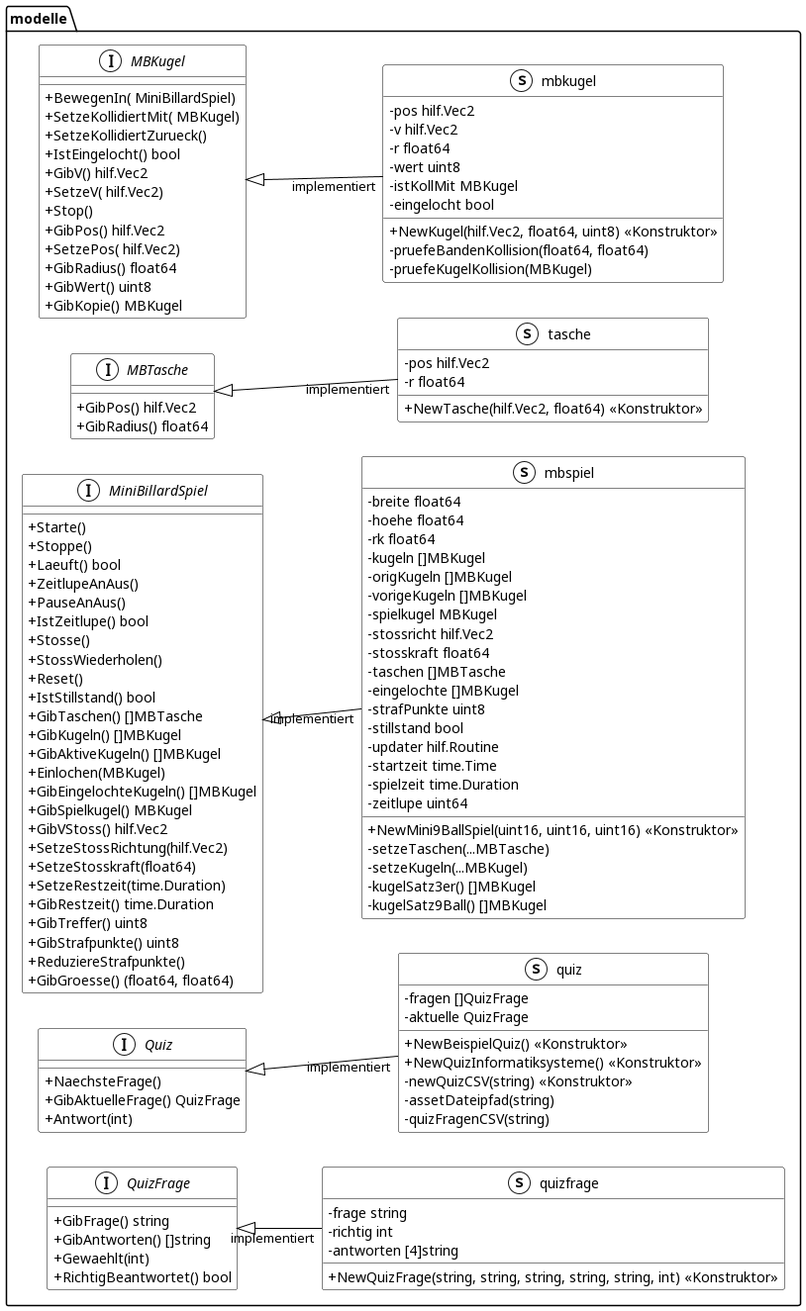
Before: documentation/UML/modelle.png, a diagram exported from PlantUML (Fussbroich/lwb-SWP).
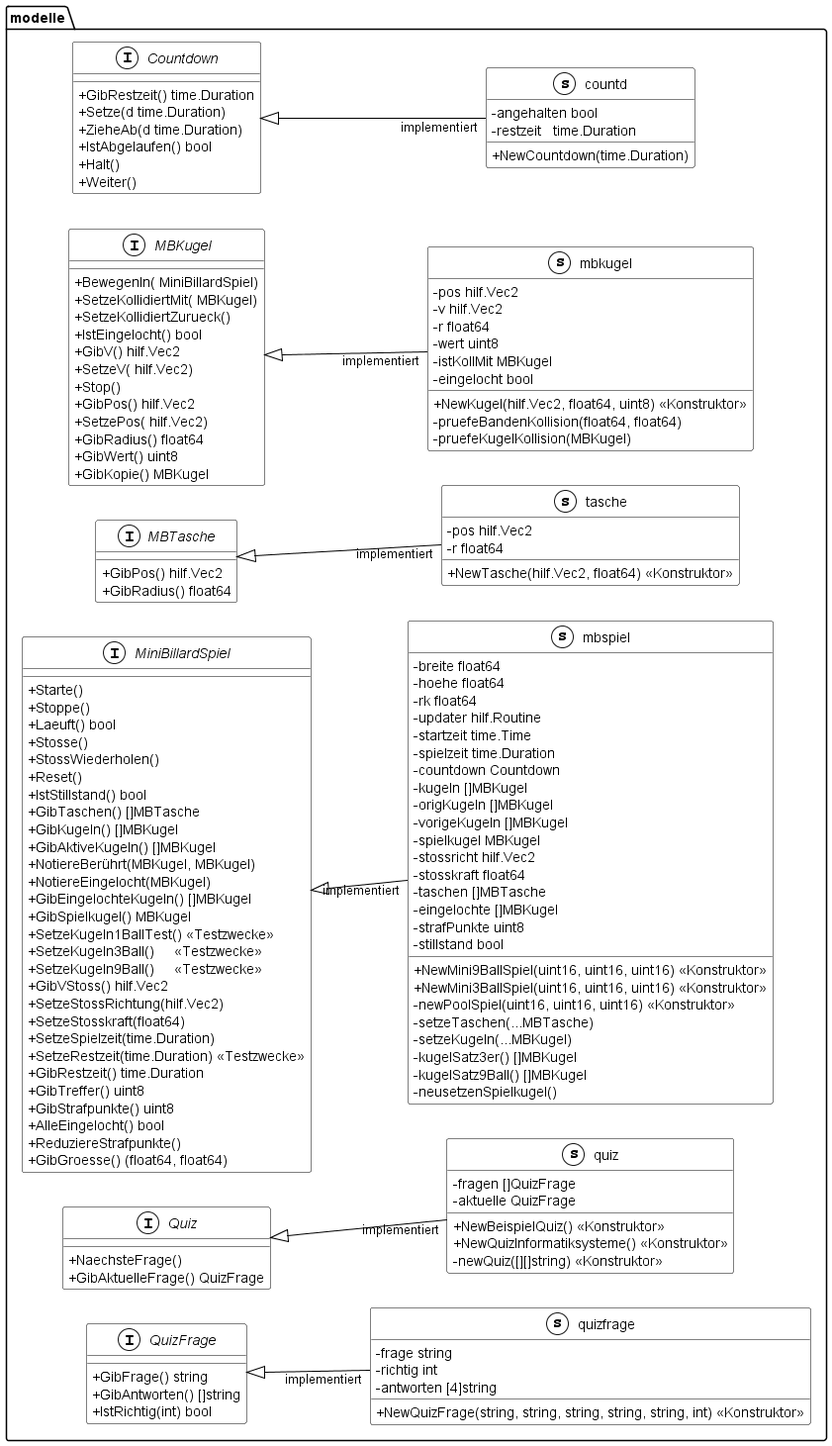
After the commit.

The edit, as a diff of the source:
```diff
@@ -9,6 +9,14 @@
 left to right direction
 skinparam stereotypeCBackgroundColor White
 namespace modelle {
+    interface Countdown << (I,White) >> {
+	    + GibRestzeit() time.Duration
+	    + Setze(d time.Duration)
+	    + ZieheAb(d time.Duration)
+	    + IstAbgelaufen() bool
+	    + Halt()
+	    + Weiter()
+    }
     interface MBKugel << (I,White) >> {
         + BewegenIn( MiniBillardSpiel)
         + SetzeKollidiertMit( MBKugel)
@@ -33,9 +41,6 @@
         + Starte()
         + Stoppe()
         + Laeuft() bool
-        + ZeitlupeAnAus()
-        + PauseAnAus()
-        + IstZeitlupe() bool
         + Stosse()
         + StossWiederholen()
         + Reset()
@@ -43,30 +48,40 @@
         + GibTaschen() []MBTasche
         + GibKugeln() []MBKugel
         + GibAktiveKugeln() []MBKugel
-        + Einlochen(MBKugel)
+        + NotiereBerührt(MBKugel, MBKugel)
+        + NotiereEingelocht(MBKugel)
         + GibEingelochteKugeln() []MBKugel
         + GibSpielkugel() MBKugel
+    	+ SetzeKugeln1BallTest() << Testzwecke >>
+	    + SetzeKugeln3Ball()     << Testzwecke >>
+	    + SetzeKugeln9Ball()     << Testzwecke >>
         + GibVStoss() hilf.Vec2
         + SetzeStossRichtung(hilf.Vec2)
         + SetzeStosskraft(float64)
-        + SetzeRestzeit(time.Duration)
+        + SetzeSpielzeit(time.Duration)
+        + SetzeRestzeit(time.Duration) << Testzwecke >>
         + GibRestzeit() time.Duration
         + GibTreffer() uint8
         + GibStrafpunkte() uint8
+        + AlleEingelocht() bool
         + ReduziereStrafpunkte()
         + GibGroesse() (float64, float64)
     }
     interface Quiz << (I,White) >> {
         + NaechsteFrage()
         + GibAktuelleFrage() QuizFrage
-        + Antwort(int)
     }
     interface QuizFrage << (I,White) >> {
         + GibFrage() string
         + GibAntworten() []string
-        + Gewaehlt(int)
-        + RichtigBeantwortet() bool
+        + IstRichtig(int) bool
 
+    }
+    class countd << (s,White) >> {
+	    - angehalten bool
+	    - restzeit   time.Duration
+
+        + NewCountdown(time.Duration)
     }
     class mbkugel << (s,White) >> {
         - pos hilf.Vec2
@@ -84,6 +99,10 @@
         - breite float64
         - hoehe float64
         - rk float64
+        - updater hilf.Routine
+        - startzeit time.Time
+        - spielzeit time.Duration
+        - countdown Countdown
         - kugeln []MBKugel
         - origKugeln []MBKugel
         - vorigeKugeln []MBKugel
@@ -94,16 +113,15 @@
         - eingelochte []MBKugel
         - strafPunkte uint8
         - stillstand bool
-        - updater hilf.Routine
-        - startzeit time.Time
-        - spielzeit time.Duration
-        - zeitlupe uint64
 
         + NewMini9BallSpiel(uint16, uint16, uint16) << Konstruktor >>
+        + NewMini3BallSpiel(uint16, uint16, uint16) << Konstruktor >>
+        - newPoolSpiel(uint16, uint16, uint16) << Konstruktor >>
         - setzeTaschen(...MBTasche)
         - setzeKugeln(...MBKugel)
         - kugelSatz3er() []MBKugel
         - kugelSatz9Ball() []MBKugel
+        - neusetzenSpielkugel()
     }
     class quiz << (s,White) >> {
         - fragen []QuizFrage
@@ -111,9 +129,7 @@
 
         + NewBeispielQuiz() << Konstruktor >>
         + NewQuizInformatiksysteme() << Konstruktor >>
-        - newQuizCSV(string) << Konstruktor >>
-        - assetDateipfad(string)
-        - quizFragenCSV(string)
+        - newQuiz([][]string) << Konstruktor >>
     }
     class quizfrage << (s,White) >> {
         - frage string
@@ -130,6 +146,7 @@
     }
 }
 
+"modelle.Countdown" <|-- "implementiert""modelle.countd"
 "modelle.MBKugel" <|-- "implementiert""modelle.mbkugel"
 "modelle.MiniBillardSpiel" <|-- "implementiert""modelle.mbspiel"
 "modelle.Quiz" <|-- "implementiert""modelle.quiz"
```
